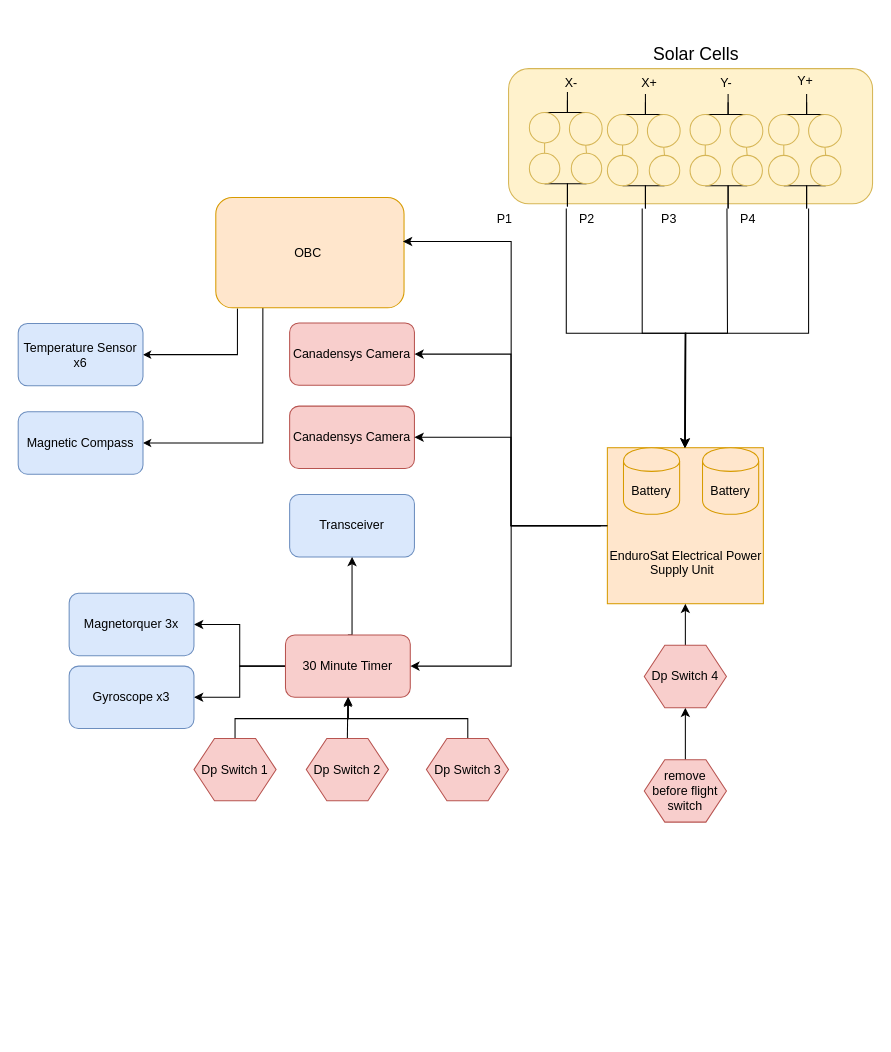
Above: Systems/Assembly and Integration/EPSBlockDiagram_WAC_Rev2.drawio in cubesat-project/CubeSat (draw.io), before the change. Source tidied: cells renumbered, new cells numbered last; positions are measured from the earlier drawing's top-left corner, leaving out a move shared by most shapes. Both pictures are drawn from the tidied source at 104%, with x=0, y=0 at pixel (18, 18).
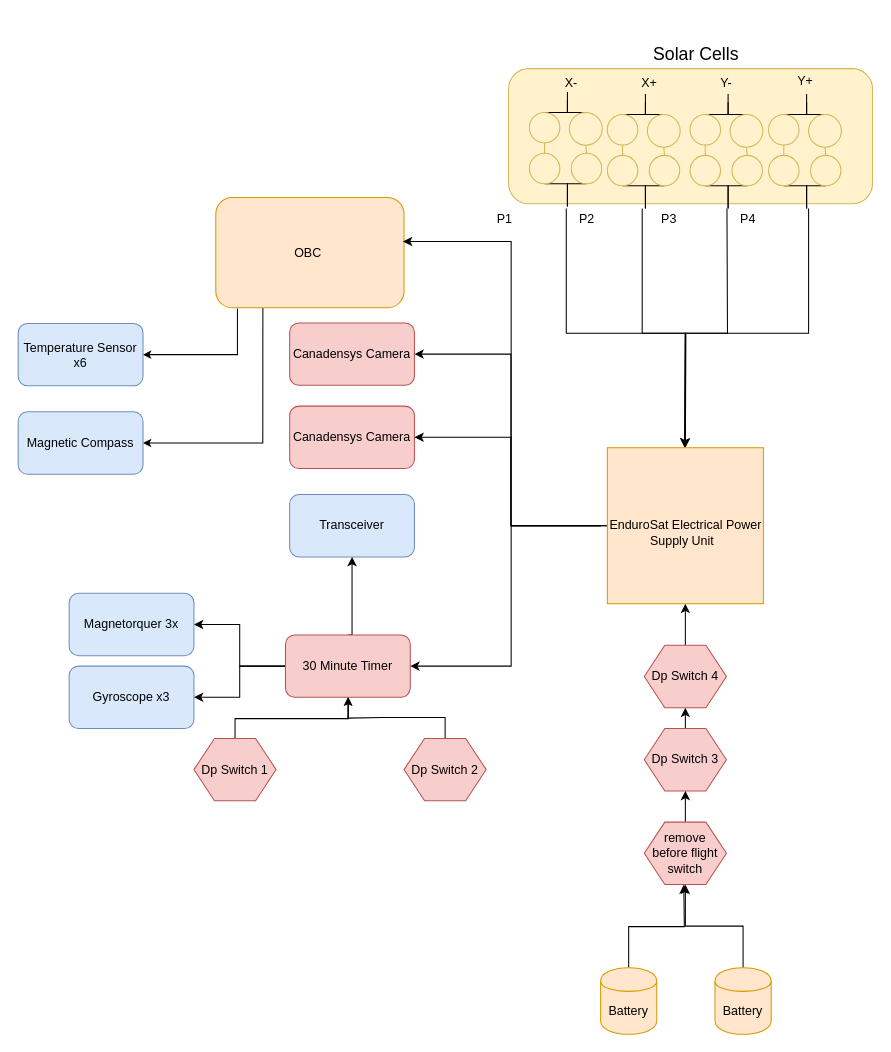
The same page after the edit.

Unchanged cells that the change refers to:
```xml
<mxCell id="31" value="Dp Switch 4" style="shape=hexagon;perimeter=hexagonPerimeter2;whiteSpace=wrap;html=1;fillColor=#f8cecc;strokeColor=#b85450;" parent="1" vertex="1">
  <mxGeometry x="602" y="603" width="79" height="60" as="geometry" />
</mxCell>
```

Change to the diagram source:
```diff
@@
     <mxCell id="19" value="Dp Switch 2" style="shape=hexagon;perimeter=hexagonPerimeter2;whiteSpace=wrap;html=1;fillColor=#f8cecc;strokeColor=#b85450;" parent="1" vertex="1">
-      <mxGeometry x="277" y="692.5" width="79" height="60" as="geometry" />
+      <mxGeometry x="371" y="692.5" width="79" height="60" as="geometry" />
     </mxCell>
-    <mxCell id="20" style="edgeStyle=orthogonalEdgeStyle;rounded=0;orthogonalLoop=1;jettySize=auto;html=1;entryX=0.5;entryY=1;entryDx=0;entryDy=0;startArrow=none;startFill=0;endArrow=classic;endFill=1;endSize=5;targetPerimeterSpacing=0;" parent="1" edge="1">
-      <mxGeometry relative="1" as="geometry">
-        <mxPoint x="432.3" y="693.5" as="sourcePoint" />
-        <mxPoint x="317" y="654.4" as="targetPoint" />
-        <Array as="points">
-          <mxPoint x="432.5" y="673.5" />
-          <mxPoint x="317.5" y="673.5" />
-        </Array>
-      </mxGeometry>
-    </mxCell>
+    <mxCell id="94" style="edgeStyle=orthogonalEdgeStyle;rounded=0;jettySize=auto;html=1;exitX=0.5;exitY=0;exitDx=0;exitDy=0;entryX=0.5;entryY=1;entryDx=0;entryDy=0;" parent="1" edge="1" source="21" target="31">
+      <mxGeometry relative="1" as="geometry" />
+    </mxCell>
     <mxCell id="21" value="Dp Switch 3" style="shape=hexagon;perimeter=hexagonPerimeter2;whiteSpace=wrap;html=1;fillColor=#f8cecc;strokeColor=#b85450;" parent="1" vertex="1">
-      <mxGeometry x="392.5" y="692.5" width="79" height="60" as="geometry" />
+      <mxGeometry x="602" y="683" width="79" height="60" as="geometry" />
     </mxCell>
-    <mxCell id="22" style="edgeStyle=orthogonalEdgeStyle;rounded=0;jettySize=auto;html=1;" parent="1" edge="1" source="23" target="31">
-      <mxGeometry relative="1" as="geometry" />
-    </mxCell>
+    <mxCell id="95" style="edgeStyle=orthogonalEdgeStyle;rounded=0;jettySize=auto;html=1;exitX=0.5;exitY=0;exitDx=0;exitDy=0;entryX=0.5;entryY=1;entryDx=0;entryDy=0;" parent="1" edge="1" source="23" target="21">
+      <mxGeometry relative="1" as="geometry" />
+    </mxCell>
     <mxCell id="23" value="remove before flight switch" style="shape=hexagon;perimeter=hexagonPerimeter2;whiteSpace=wrap;html=1;fillColor=#f8cecc;strokeColor=#b85450;" parent="1" vertex="1">
-      <mxGeometry x="602" y="713" width="79" height="60" as="geometry" />
+      <mxGeometry x="602" y="773" width="79" height="60" as="geometry" />
     </mxCell>
@@
-    <mxCell id="26" style="group;" parent="1" vertex="1">
-      <mxGeometry x="566.5" y="413" width="150" height="150" as="geometry" />
-    </mxCell>
-    <mxCell id="27" value="&lt;br&gt;&lt;br&gt;&lt;br&gt;&lt;br&gt;&lt;br&gt;EnduroSat Electrical Power Supply Unit&amp;nbsp;&amp;nbsp;" style="whiteSpace=wrap;html=1;fillColor=#ffe6cc;strokeColor=#d79b00;align=center;" parent="26" vertex="1">
-      <mxGeometry width="150" height="150" as="geometry" />
-    </mxCell>
-    <mxCell id="28" value="Battery" style="shape=cylinder;whiteSpace=wrap;html=1;boundedLbl=1;backgroundOutline=1;fillColor=#ffe6cc;strokeColor=#d79b00;" parent="26" vertex="1">
-      <mxGeometry x="15.5" width="54" height="64" as="geometry" />
-    </mxCell>
-    <mxCell id="29" value="Battery" style="shape=cylinder;whiteSpace=wrap;html=1;boundedLbl=1;backgroundOutline=1;fillColor=#ffe6cc;strokeColor=#d79b00;" parent="26" vertex="1">
-      <mxGeometry x="91.5" width="54" height="64" as="geometry" />
-    </mxCell>
@@
+    <mxCell id="27" value="&lt;br&gt;EnduroSat Electrical Power Supply Unit&amp;nbsp;&amp;nbsp;" style="whiteSpace=wrap;html=1;fillColor=#ffe6cc;strokeColor=#d79b00;align=center;" parent="1" vertex="1">
+      <mxGeometry x="566.5" y="413" width="150" height="150" as="geometry" />
+    </mxCell>
+    <mxCell id="96" style="edgeStyle=orthogonalEdgeStyle;rounded=0;jettySize=auto;html=1;exitX=0.5;exitY=0;exitDx=0;exitDy=0;" parent="1" edge="1" source="28">
+      <mxGeometry relative="1" as="geometry">
+        <mxPoint x="640" y="833" as="targetPoint" />
+      </mxGeometry>
+    </mxCell>
+    <mxCell id="28" value="Battery" style="shape=cylinder;whiteSpace=wrap;html=1;boundedLbl=1;backgroundOutline=1;fillColor=#ffe6cc;strokeColor=#d79b00;" parent="1" vertex="1">
+      <mxGeometry x="560" y="913" width="54" height="64" as="geometry" />
+    </mxCell>
+    <mxCell id="97" style="edgeStyle=orthogonalEdgeStyle;rounded=0;jettySize=auto;html=1;exitX=0.5;exitY=0;exitDx=0;exitDy=0;entryX=0.5;entryY=1;entryDx=0;entryDy=0;" parent="1" edge="1" source="29" target="23">
+      <mxGeometry relative="1" as="geometry" />
+    </mxCell>
+    <mxCell id="29" value="Battery" style="shape=cylinder;whiteSpace=wrap;html=1;boundedLbl=1;backgroundOutline=1;fillColor=#ffe6cc;strokeColor=#d79b00;" parent="1" vertex="1">
+      <mxGeometry x="670" y="913" width="54" height="64" as="geometry" />
+    </mxCell>
```
